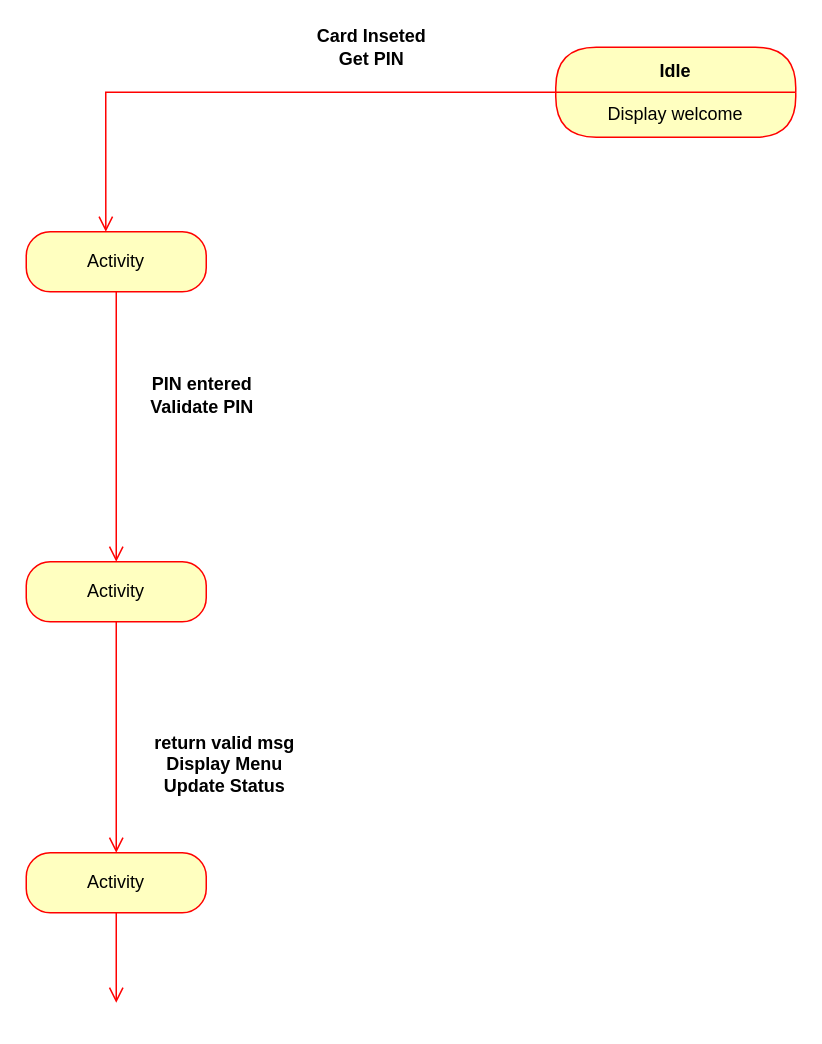
Before: 吴宏伟-状态图.drawio in Forrest-Tao/draw.io, a draw.io diagram. Source tidied: cells renumbered, new cells numbered last; positions are measured from the earlier drawing's top-left corner, leaving out a move shared by most shapes. Both pictures are drawn from the tidied source at 150%, with x=0, y=0 at pixel (26, 27).
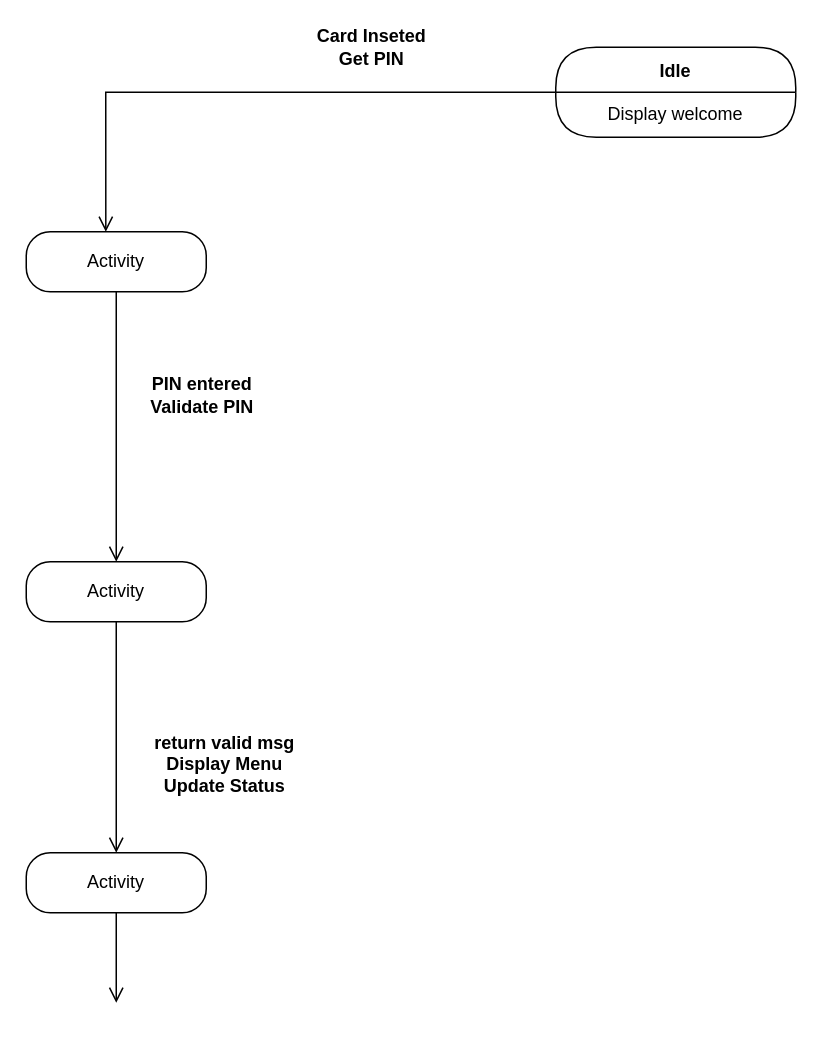
Above is the later version.

Commit message (it also covers changes not shown here):
更新吴宏伟-状态图.drawio

What changed in the source:
```diff
@@
 <mxGraphModel>
   <root>
     <mxCell id="0" />
     <mxCell id="1" parent="0" />
-    <mxCell id="2" value="Idle" style="swimlane;fontStyle=1;align=center;verticalAlign=middle;horizontal=1;startSize=30;fontColor=#000000;rounded=1;arcSize=30;strokeColor=#ff0000;fillColor=#ffffc0;swimlaneFillColor=#ffffc0;" parent="1" vertex="1">
+    <mxCell id="2" value="Idle" style="swimlane;fontStyle=1;align=center;verticalAlign=middle;horizontal=1;startSize=30;rounded=1;arcSize=30;swimlaneFillColor=#FFFFFF;" parent="1" vertex="1">
       <mxGeometry x="353" y="13" width="160" height="60" as="geometry" />
     </mxCell>
-    <mxCell id="3" value="Display welcome" style="text;html=1;strokeColor=none;fillColor=none;align=center;verticalAlign=middle;spacingLeft=4;spacingRight=4;whiteSpace=wrap;overflow=hidden;fontColor=#000000;" parent="2" vertex="1">
+    <mxCell id="3" value="Display welcome" style="text;html=1;align=center;verticalAlign=middle;spacingLeft=4;spacingRight=4;whiteSpace=wrap;overflow=hidden;" parent="2" vertex="1">
       <mxGeometry y="30" width="160" height="30" as="geometry" />
     </mxCell>
-    <mxCell id="4" style="edgeStyle=orthogonalEdgeStyle;html=1;verticalAlign=bottom;endArrow=open;endSize=8;strokeColor=#ff0000;rounded=0;entryX=0.442;entryY=0;entryDx=0;entryDy=0;entryPerimeter=0;" parent="1" edge="1" source="2" target="5">
+    <mxCell id="4" style="edgeStyle=orthogonalEdgeStyle;html=1;verticalAlign=bottom;endArrow=open;endSize=8;rounded=0;entryX=0.442;entryY=0;entryDx=0;entryDy=0;entryPerimeter=0;" parent="1" edge="1" source="2" target="5">
       <mxGeometry relative="1" as="geometry" />
     </mxCell>
-    <mxCell id="5" value="Activity" style="rounded=1;whiteSpace=wrap;html=1;arcSize=40;fontColor=#000000;fillColor=#ffffc0;strokeColor=#ff0000;" parent="1" vertex="1">
+    <mxCell id="5" value="Activity" style="rounded=1;whiteSpace=wrap;html=1;arcSize=40;" parent="1" vertex="1">
       <mxGeometry y="136" width="120" height="40" as="geometry" />
     </mxCell>
-    <mxCell id="6" style="edgeStyle=orthogonalEdgeStyle;html=1;verticalAlign=bottom;endArrow=open;endSize=8;strokeColor=#ff0000;rounded=0;entryX=0.5;entryY=0;entryDx=0;entryDy=0;" parent="1" edge="1" source="5" target="7">
+    <mxCell id="6" style="edgeStyle=orthogonalEdgeStyle;html=1;verticalAlign=bottom;endArrow=open;endSize=8;rounded=0;entryX=0.5;entryY=0;entryDx=0;entryDy=0;" parent="1" edge="1" source="5" target="7">
       <mxGeometry relative="1" as="geometry" />
     </mxCell>
-    <mxCell id="7" value="Activity" style="rounded=1;whiteSpace=wrap;html=1;arcSize=40;fontColor=#000000;fillColor=#ffffc0;strokeColor=#ff0000;" parent="1" vertex="1">
+    <mxCell id="7" value="Activity" style="rounded=1;whiteSpace=wrap;html=1;arcSize=40;" parent="1" vertex="1">
       <mxGeometry y="356" width="120" height="40" as="geometry" />
     </mxCell>
-    <mxCell id="8" style="edgeStyle=orthogonalEdgeStyle;html=1;verticalAlign=bottom;endArrow=open;endSize=8;strokeColor=#ff0000;rounded=0;" parent="1" edge="1" source="7" target="11">
+    <mxCell id="8" style="edgeStyle=orthogonalEdgeStyle;html=1;verticalAlign=bottom;endArrow=open;endSize=8;rounded=0;" parent="1" edge="1" source="7" target="11">
       <mxGeometry relative="1" as="geometry" />
     </mxCell>
-    <mxCell id="9" value="Card Inseted&lt;br&gt;Get PIN" style="text;align=center;fontStyle=1;verticalAlign=middle;spacingLeft=3;spacingRight=3;strokeColor=none;html=1;" parent="1" vertex="1">
+    <mxCell id="9" value="Card Inseted&lt;br&gt;Get PIN" style="text;align=center;fontStyle=1;verticalAlign=middle;spacingLeft=3;spacingRight=3;html=1;" parent="1" vertex="1">
       <mxGeometry x="190" width="80" height="26" as="geometry" />
     </mxCell>
-    <mxCell id="10" value="PIN entered&lt;br&gt;Validate PIN" style="text;align=center;fontStyle=1;verticalAlign=middle;spacingLeft=3;spacingRight=3;strokeColor=none;html=1;" parent="1" vertex="1">
+    <mxCell id="10" value="PIN entered&lt;br&gt;Validate PIN" style="text;align=center;fontStyle=1;verticalAlign=middle;spacingLeft=3;spacingRight=3;html=1;" parent="1" vertex="1">
       <mxGeometry x="77" y="232" width="80" height="26" as="geometry" />
     </mxCell>
-    <mxCell id="11" value="Activity" style="rounded=1;whiteSpace=wrap;html=1;arcSize=40;fontColor=#000000;fillColor=#ffffc0;strokeColor=#ff0000;" parent="1" vertex="1">
+    <mxCell id="11" value="Activity" style="rounded=1;whiteSpace=wrap;html=1;arcSize=40;" parent="1" vertex="1">
       <mxGeometry y="550" width="120" height="40" as="geometry" />
     </mxCell>
-    <mxCell id="12" style="edgeStyle=orthogonalEdgeStyle;html=1;verticalAlign=bottom;endArrow=open;endSize=8;strokeColor=#ff0000;rounded=0;" parent="1" edge="1" source="11">
+    <mxCell id="12" style="edgeStyle=orthogonalEdgeStyle;html=1;verticalAlign=bottom;endArrow=open;endSize=8;rounded=0;" parent="1" edge="1" source="11">
       <mxGeometry relative="1" as="geometry">
         <mxPoint x="60" y="650" as="targetPoint" />
       </mxGeometry>
     </mxCell>
-    <mxCell id="13" value="return valid msg&lt;br&gt;Display Menu&lt;br&gt;Update Status" style="text;align=center;fontStyle=1;verticalAlign=middle;spacingLeft=3;spacingRight=3;strokeColor=none;html=1;" parent="1" vertex="1">
+    <mxCell id="13" value="return valid msg&lt;br&gt;Display Menu&lt;br&gt;Update Status" style="text;align=center;fontStyle=1;verticalAlign=middle;spacingLeft=3;spacingRight=3;html=1;" parent="1" vertex="1">
       <mxGeometry x="59" y="466" width="146" height="50" as="geometry" />
     </mxCell>
   </root>
 </mxGraphModel>
```
